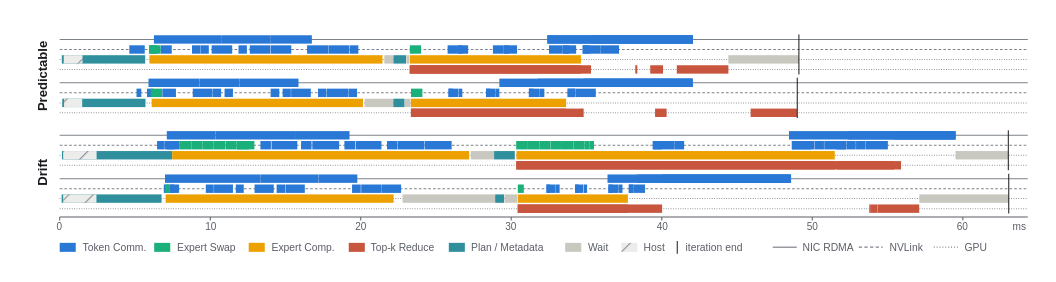
andronius-yang/flux keeps this draw.io diagram as figs/case_study/CS_v5.drawio. Above is the earlier version. Source tidied: cells renumbered, new cells numbered last; positions are measured from the earlier drawing's top-left corner, leaving out a move shared by most shapes. Both pictures are drawn from the tidied source at 150%, with x=0, y=0 at pixel (3, 33).
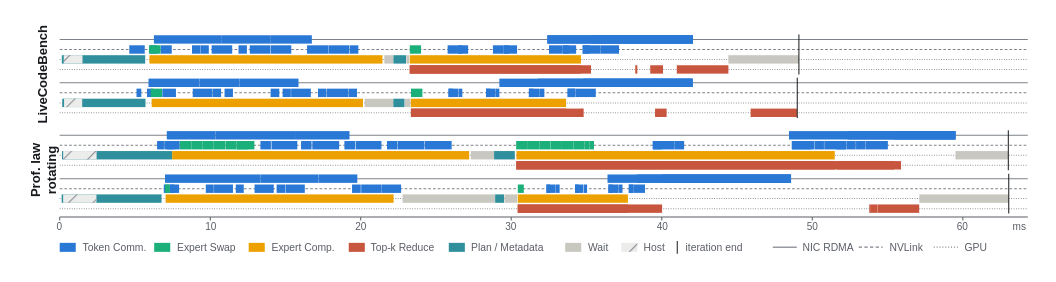
After the change.

Commit message (it also covers changes not shown here):
figs/case_study CS_v5: row labels name the traffic (LiveCodeBench / Prof. law rotating, two centred lines)

What changed in the source:
```diff
@@
-    <mxCell id="247" value="Predictable" style="text;html=1;fontSize=8.7;fontFamily=Helvetica;fontColor=#17191c;align=left;verticalAlign=middle;whiteSpace=nowrap;fontStyle=1;rotation=-90;" parent="1" vertex="1">
-      <mxGeometry x="0.4" y="22.2" width="52.4" height="12.1" as="geometry" />
+    <mxCell id="247" value="LiveCodeBench" style="text;html=1;fontSize=8.7;fontFamily=Helvetica;fontColor=#17191c;align=center;verticalAlign=middle;whiteSpace=nowrap;fontStyle=1;rotation=-90;" parent="1" vertex="1">
+      <mxGeometry x="-4.3" y="22.2" width="62" height="12.1" as="geometry" />
     </mxCell>
@@
-    <mxCell id="252" value="Drift" style="text;html=1;fontSize=8.7;fontFamily=Helvetica;fontColor=#17191c;align=left;verticalAlign=middle;whiteSpace=nowrap;fontStyle=1;rotation=-90;" parent="1" vertex="1">
-      <mxGeometry x="14.8" y="86.1" width="23.8" height="12.1" as="geometry" />
+    <mxCell id="252" value="Prof. law&lt;br&gt;rotating" style="text;html=1;fontSize=8.7;fontFamily=Helvetica;fontColor=#17191c;align=center;verticalAlign=middle;whiteSpace=nowrap;fontStyle=1;rotation=-90;" parent="1" vertex="1">
+      <mxGeometry x="5.2" y="80" width="42.9" height="24.3" as="geometry" />
     </mxCell>
```
